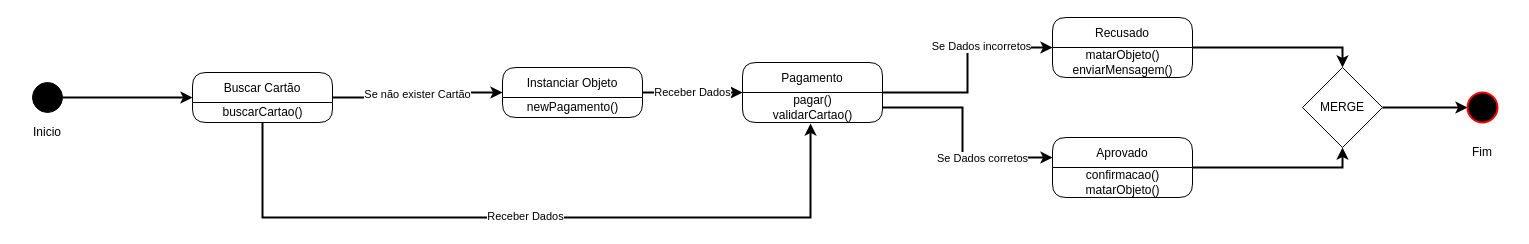
unifgabsantos/Mecanico keeps this draw.io diagram as page "Pagamento" (3 of 6) of Estados/Draw/Diagramas.drawio. Above is the earlier version. Source tidied: cells renumbered, new cells numbered last; positions are measured from the earlier drawing's top-left corner, leaving out a move shared by most shapes. Both pictures are drawn from the tidied source at 100%, with x=0, y=0 at pixel (17, 17).
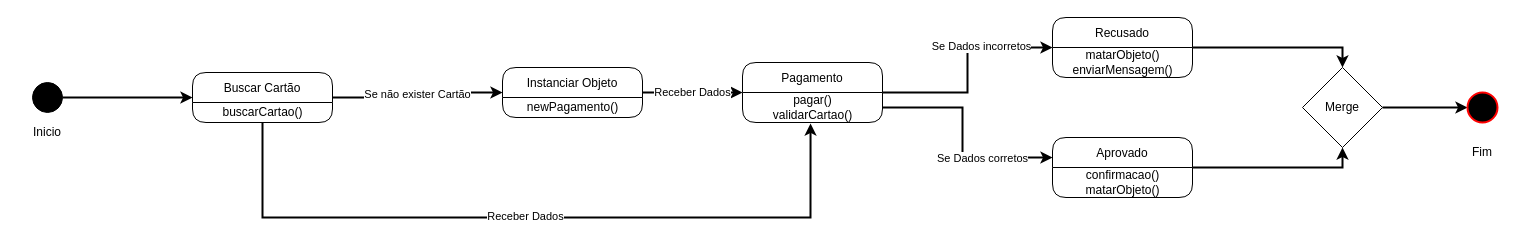
Above is the later version.

The edit, as a diff of the source:
```diff
@@
-    <mxCell id="27" value="MERGE" style="rhombus;whiteSpace=wrap;html=1;" parent="1" vertex="1">
+    <mxCell id="27" value="Merge" style="rhombus;whiteSpace=wrap;html=1;" parent="1" vertex="1">
       <mxGeometry x="1285" y="50" width="80" height="80" as="geometry" />
     </mxCell>
```
